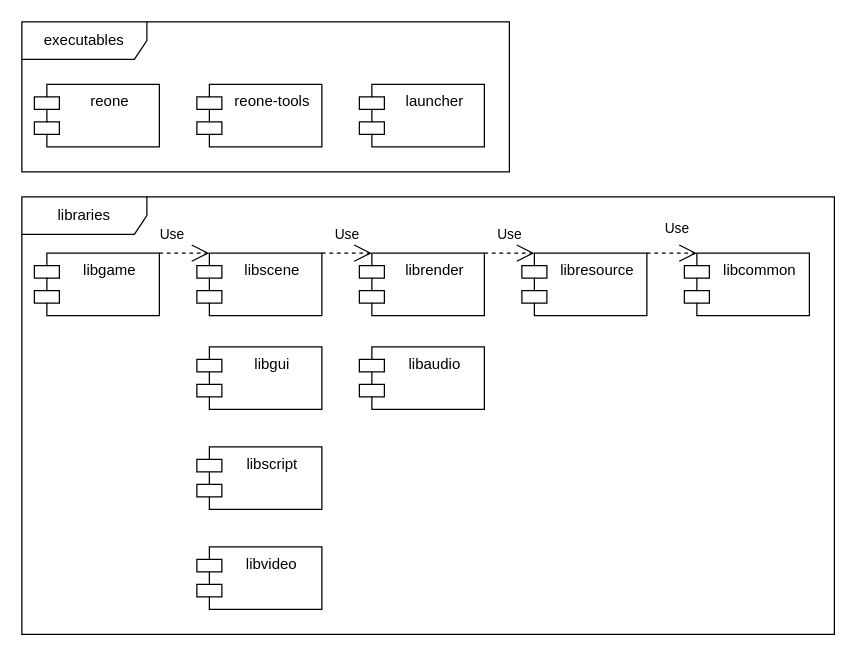
Earlier version of the draw.io diagram images/modules.drawio (seedhartha/reone). Source tidied: cells renumbered, new cells numbered last; positions are measured from the earlier drawing's top-left corner, leaving out a move shared by most shapes. Both pictures are drawn from the tidied source at 125%, with x=0, y=0 at pixel (21, 21).
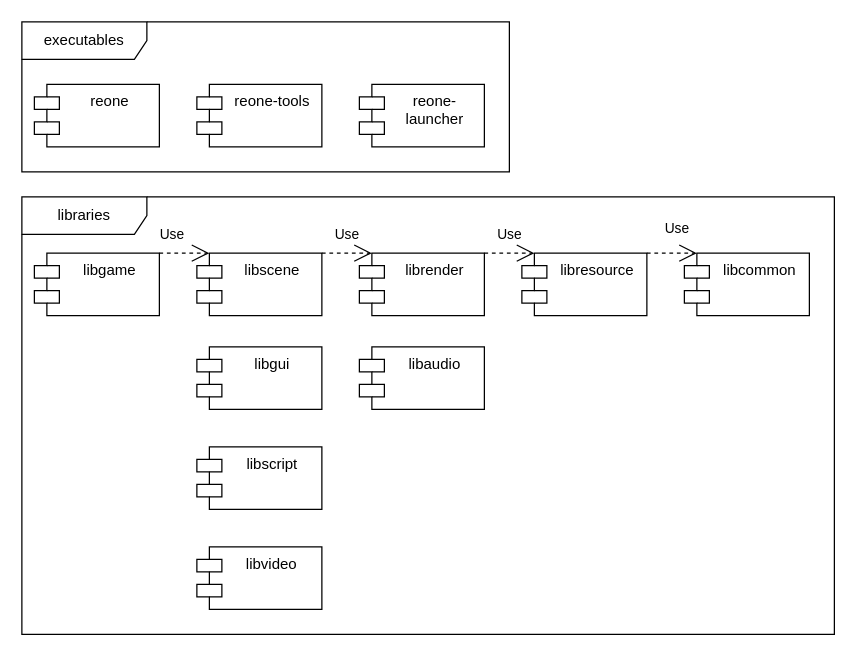
After the change.

Commit message (it also covers changes not shown here):
build: Rename launcher to reone-launcher

What changed in the source:
```diff
@@
-    <mxCell id="20" value="launcher" style="shape=module;align=left;spacingLeft=20;align=center;verticalAlign=top;html=1;" parent="1" vertex="1">
+    <mxCell id="20" value="reone-&lt;br&gt;launcher" style="shape=module;align=left;spacingLeft=20;align=center;verticalAlign=top;html=1;" parent="1" vertex="1">
       <mxGeometry x="270" y="50" width="100" height="50" as="geometry" />
     </mxCell>
```
